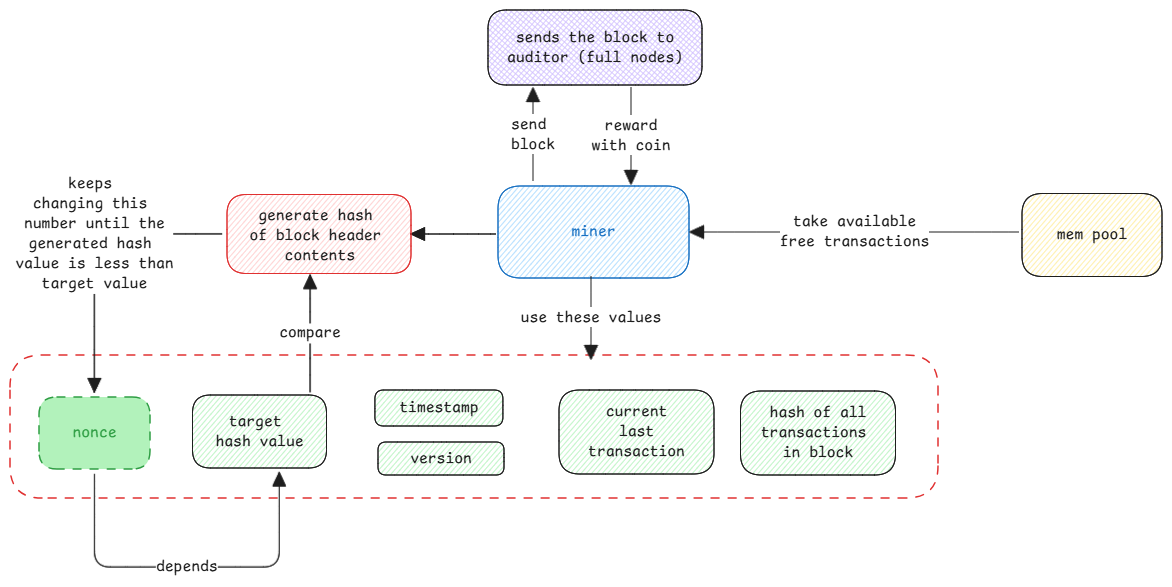
swaroopar/inprogress-engineer keeps this Excalidraw diagram as static/img/bitcoin-mining.excalidraw.png. Above is the earlier version. Source tidied: one line per element, renumbered; positions are measured from the earlier drawing's top-left corner, leaving out a move shared by most shapes. The source it was exported from:
```json
{"id": 0, "type": "rectangle", "strokeColor": "#1971c2", "backgroundColor": "#a5d8ff", "fillStyle": "hachure", "strokeWidth": 1, "roughness": 0, "round": true, "x": 488, "y": 176, "width": 191, "height": 92}
{"id": 1, "type": "text", "text": "miner", "strokeColor": "#1971c2", "strokeWidth": 1, "roughness": 0, "fontSize": 16, "fontFamily": 8, "textAlign": "center", "verticalAlign": "middle", "inside": 0, "x": 561, "y": 212, "width": 44, "height": 20}
{"id": 2, "type": "rectangle", "strokeColor": "#1e1e1e", "backgroundColor": "#ffec99", "fillStyle": "hachure", "strokeWidth": 1, "roughness": 0, "round": true, "x": 1012, "y": 184, "width": 140, "height": 83}
{"id": 3, "type": "text", "text": "mem pool", "strokeColor": "#1e1e1e", "strokeWidth": 1, "roughness": 0, "fontSize": 16, "fontFamily": 8, "textAlign": "center", "verticalAlign": "middle", "inside": 2, "x": 1047, "y": 215, "width": 70, "height": 20}
{"id": 4, "type": "arrow", "strokeColor": "#1e1e1e", "strokeWidth": 1, "roughness": 0, "endArrowhead": "triangle", "round": true, "x": 1009, "y": 222, "width": 329, "height": 0, "points": [[0, 0], [-329, 0]]}
{"id": 5, "type": "text", "text": "take available\nfree transactions", "strokeColor": "#1e1e1e", "strokeWidth": 1, "roughness": 0, "fontSize": 16, "fontFamily": 8, "textAlign": "center", "verticalAlign": "middle", "inside": 4, "x": 770, "y": 202, "width": 150, "height": 40}
{"id": 6, "type": "rectangle", "strokeColor": "#1e1e1e", "backgroundColor": "#b2f2bb", "fillStyle": "hachure", "strokeWidth": 1, "roughness": 0, "round": true, "x": 549, "y": 380, "width": 155, "height": 84}
{"id": 7, "type": "text", "text": "current\nlast\ntransaction", "strokeColor": "#1e1e1e", "strokeWidth": 1, "roughness": 0, "fontSize": 16, "fontFamily": 8, "textAlign": "center", "verticalAlign": "middle", "inside": 6, "x": 578, "y": 392, "width": 97, "height": 60}
{"id": 8, "type": "rectangle", "strokeColor": "#1e1e1e", "backgroundColor": "#b2f2bb", "fillStyle": "hachure", "strokeWidth": 1, "roughness": 0, "round": true, "x": 182, "y": 385, "width": 134, "height": 73}
{"id": 9, "type": "text", "text": "target \nhash value", "strokeColor": "#1e1e1e", "strokeWidth": 1, "roughness": 0, "fontSize": 16, "fontFamily": 8, "textAlign": "center", "verticalAlign": "middle", "inside": 8, "x": 205, "y": 402, "width": 88, "height": 40}
{"id": 10, "type": "rectangle", "strokeColor": "#1e1e1e", "backgroundColor": "#b2f2bb", "fillStyle": "hachure", "strokeWidth": 1, "roughness": 0, "round": true, "x": 730, "y": 381, "width": 155, "height": 84}
{"id": 11, "type": "text", "text": "hash of all\ntransactions \nin block", "strokeColor": "#1e1e1e", "strokeWidth": 1, "roughness": 0, "fontSize": 16, "fontFamily": 8, "textAlign": "center", "verticalAlign": "middle", "inside": 10, "x": 751, "y": 393, "width": 114, "height": 60}
{"id": 12, "type": "rectangle", "strokeColor": "#e03131", "strokeWidth": 1, "strokeStyle": "dashed", "roughness": 0, "round": true, "x": 0, "y": 345, "width": 928, "height": 143}
{"id": 13, "type": "arrow", "strokeColor": "#1e1e1e", "strokeWidth": 1, "roughness": 0, "endArrowhead": "triangle", "round": true, "x": 581, "y": 266, "width": 0, "height": 83, "points": [[0, 0], [0, 83]]}
{"id": 14, "type": "text", "text": "use these values", "strokeColor": "#1e1e1e", "strokeWidth": 1, "roughness": 0, "fontSize": 16, "fontFamily": 8, "textAlign": "center", "verticalAlign": "middle", "inside": 13, "x": 511, "y": 298, "width": 141, "height": 20}
{"id": 15, "type": "arrow", "strokeColor": "#1e1e1e", "strokeWidth": 1, "roughness": 0, "endArrowhead": "triangle", "round": true, "x": 486, "y": 224, "width": 85, "height": 0, "points": [[0, 0], [-85, 0]]}
{"id": 16, "type": "rectangle", "strokeColor": "#e03131", "backgroundColor": "#ffc9c9", "fillStyle": "hachure", "strokeWidth": 1, "roughness": 0, "round": true, "x": 217, "y": 184, "width": 184, "height": 79}
{"id": 17, "type": "text", "text": "generate hash \nof block header \ncontents", "strokeColor": "#1e1e1e", "strokeWidth": 1, "roughness": 0, "fontSize": 16, "fontFamily": 8, "textAlign": "center", "x": 239, "y": 196, "width": 141, "height": 60}
{"id": 18, "type": "rectangle", "strokeColor": "#1e1e1e", "backgroundColor": "#b2f2bb", "fillStyle": "hachure", "strokeWidth": 1, "roughness": 0, "round": true, "x": 365, "y": 380, "width": 128, "height": 36}
{"id": 19, "type": "text", "text": "timestamp", "strokeColor": "#1e1e1e", "strokeWidth": 1, "roughness": 0, "fontSize": 16, "fontFamily": 8, "textAlign": "center", "verticalAlign": "middle", "inside": 18, "x": 389, "y": 388, "width": 79, "height": 20}
{"id": 20, "type": "rectangle", "strokeColor": "#1e1e1e", "backgroundColor": "#b2f2bb", "fillStyle": "hachure", "strokeWidth": 1, "roughness": 0, "round": true, "x": 368, "y": 432, "width": 126, "height": 33}
{"id": 21, "type": "text", "text": "version", "strokeColor": "#1e1e1e", "strokeWidth": 1, "roughness": 0, "fontSize": 16, "fontFamily": 8, "textAlign": "center", "verticalAlign": "middle", "inside": 20, "x": 400, "y": 438, "width": 62, "height": 20}
{"id": 22, "type": "rectangle", "strokeColor": "#2f9e44", "backgroundColor": "#b2f2bb", "fillStyle": "solid", "strokeWidth": 1, "strokeStyle": "dashed", "roughness": 0, "round": true, "x": 29, "y": 387, "width": 111, "height": 72}
{"id": 23, "type": "text", "text": "nonce", "strokeColor": "#2f9e44", "strokeWidth": 1, "roughness": 0, "fontSize": 16, "fontFamily": 8, "textAlign": "center", "verticalAlign": "middle", "inside": 22, "x": 62, "y": 413, "width": 44, "height": 20}
{"id": 24, "type": "arrow", "strokeColor": "#1e1e1e", "strokeWidth": 1, "roughness": 0, "endArrowhead": "triangle", "from": 16, "to": 22, "x": 212, "y": 224, "width": 128, "height": 158, "points": [[0, 0], [-128, 0], [-128, 158]]}
{"id": 25, "type": "text", "text": "keeps \nchanging this \nnumber until the\ngenerated hash \nvalue is less than\ntarget value", "strokeColor": "#1e1e1e", "strokeWidth": 1, "roughness": 0, "fontSize": 16, "fontFamily": 8, "textAlign": "center", "verticalAlign": "middle", "inside": 24, "x": 5, "y": 164, "width": 158, "height": 120}
{"id": 26, "type": "arrow", "strokeColor": "#1e1e1e", "strokeWidth": 1, "roughness": 0, "endArrowhead": "triangle", "from": 22, "to": 8, "x": 84, "y": 464, "width": 185, "height": 94, "points": [[0, 0], [0, 93], [185, 93], [185, -1]]}
{"id": 27, "type": "text", "text": "depends", "strokeColor": "#1e1e1e", "strokeWidth": 1, "roughness": 0, "fontSize": 16, "fontFamily": 8, "textAlign": "center", "verticalAlign": "middle", "inside": 26, "x": 146, "y": 547, "width": 62, "height": 20}
{"id": 28, "type": "arrow", "strokeColor": "#1e1e1e", "strokeWidth": 1, "roughness": 0, "endArrowhead": "triangle", "x": 300, "y": 382, "width": 0, "height": 117, "points": [[0, 0], [0, -117]]}
{"id": 29, "type": "text", "text": "compare", "strokeColor": "#1e1e1e", "strokeWidth": 1, "roughness": 0, "fontSize": 16, "fontFamily": 8, "textAlign": "center", "verticalAlign": "middle", "inside": 28, "x": 269, "y": 313, "width": 62, "height": 20}
{"id": 30, "type": "arrow", "strokeColor": "#1e1e1e", "strokeWidth": 1, "roughness": 0, "endArrowhead": "triangle", "from": 0, "x": 523, "y": 171, "width": 0, "height": 93, "points": [[0, 0], [0, -93]]}
{"id": 31, "type": "text", "text": "send \nblock", "strokeColor": "#1e1e1e", "strokeWidth": 1, "roughness": 0, "fontSize": 16, "fontFamily": 8, "textAlign": "center", "verticalAlign": "middle", "inside": 30, "x": 501, "y": 104, "width": 44, "height": 40}
{"id": 32, "type": "rectangle", "strokeColor": "#1e1e1e", "backgroundColor": "#d0bfff", "fillStyle": "cross-hatch", "strokeWidth": 1, "roughness": 0, "round": true, "x": 478, "y": 0, "width": 214, "height": 75}
{"id": 33, "type": "text", "text": "sends the block to\nauditor (full nodes)", "strokeColor": "#1e1e1e", "strokeWidth": 1, "roughness": 0, "fontSize": 16, "fontFamily": 8, "textAlign": "center", "verticalAlign": "middle", "inside": 32, "x": 497, "y": 18, "width": 176, "height": 40}
{"id": 34, "type": "arrow", "strokeColor": "#1e1e1e", "strokeWidth": 1, "roughness": 0, "endArrowhead": "triangle", "x": 621, "y": 77, "width": 0, "height": 97, "points": [[0, 0], [0, 97]]}
{"id": 35, "type": "text", "text": "reward\nwith coin", "strokeColor": "#1e1e1e", "strokeWidth": 1, "roughness": 0, "fontSize": 16, "fontFamily": 8, "textAlign": "center", "verticalAlign": "middle", "inside": 34, "x": 581, "y": 106, "width": 79, "height": 40}
```
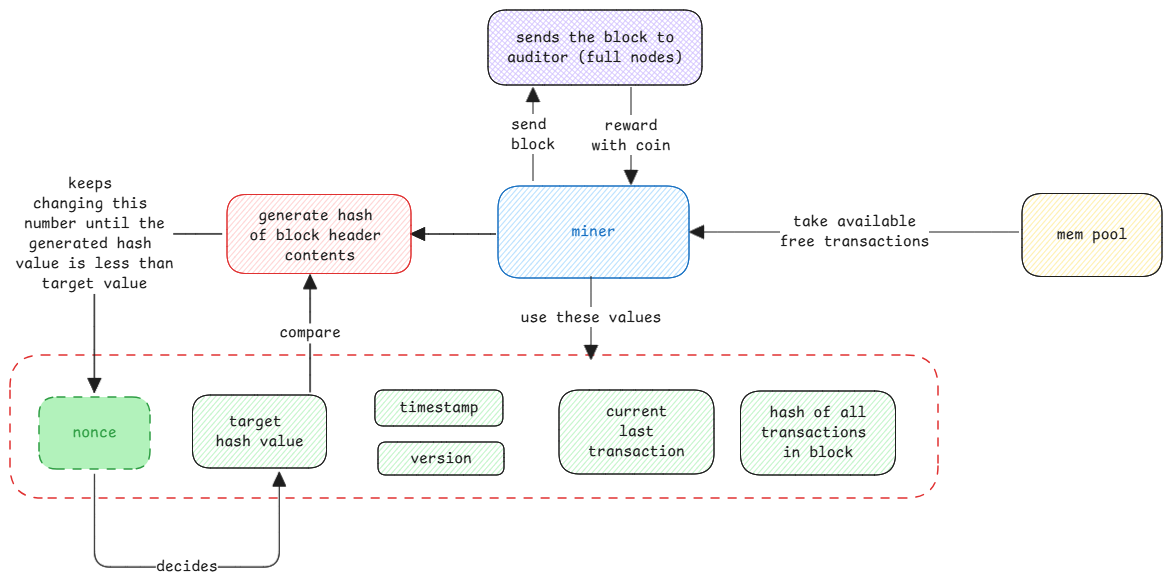
After the commit.

Change to the diagram source:
```diff
@@ -25,7 +25,7 @@
 {"id": 24, "type": "arrow", "strokeColor": "#1e1e1e", "strokeWidth": 1, "roughness": 0, "endArrowhead": "triangle", "from": 16, "to": 22, "x": 212, "y": 224, "width": 128, "height": 158, "points": [[0, 0], [-128, 0], [-128, 158]]}
 {"id": 25, "type": "text", "text": "keeps \nchanging this \nnumber until the\ngenerated hash \nvalue is less than\ntarget value", "strokeColor": "#1e1e1e", "strokeWidth": 1, "roughness": 0, "fontSize": 16, "fontFamily": 8, "textAlign": "center", "verticalAlign": "middle", "inside": 24, "x": 5, "y": 164, "width": 158, "height": 120}
 {"id": 26, "type": "arrow", "strokeColor": "#1e1e1e", "strokeWidth": 1, "roughness": 0, "endArrowhead": "triangle", "from": 22, "to": 8, "x": 84, "y": 464, "width": 185, "height": 94, "points": [[0, 0], [0, 93], [185, 93], [185, -1]]}
-{"id": 27, "type": "text", "text": "depends", "strokeColor": "#1e1e1e", "strokeWidth": 1, "roughness": 0, "fontSize": 16, "fontFamily": 8, "textAlign": "center", "verticalAlign": "middle", "inside": 26, "x": 146, "y": 547, "width": 62, "height": 20}
+{"id": 27, "type": "text", "text": "decides", "strokeColor": "#1e1e1e", "strokeWidth": 1, "roughness": 0, "fontSize": 16, "fontFamily": 8, "textAlign": "center", "verticalAlign": "middle", "inside": 26, "x": 146, "y": 547, "width": 62, "height": 20}
 {"id": 28, "type": "arrow", "strokeColor": "#1e1e1e", "strokeWidth": 1, "roughness": 0, "endArrowhead": "triangle", "x": 300, "y": 382, "width": 0, "height": 117, "points": [[0, 0], [0, -117]]}
 {"id": 29, "type": "text", "text": "compare", "strokeColor": "#1e1e1e", "strokeWidth": 1, "roughness": 0, "fontSize": 16, "fontFamily": 8, "textAlign": "center", "verticalAlign": "middle", "inside": 28, "x": 269, "y": 313, "width": 62, "height": 20}
 {"id": 30, "type": "arrow", "strokeColor": "#1e1e1e", "strokeWidth": 1, "roughness": 0, "endArrowhead": "triangle", "from": 0, "x": 523, "y": 171, "width": 0, "height": 93, "points": [[0, 0], [0, -93]]}
```
